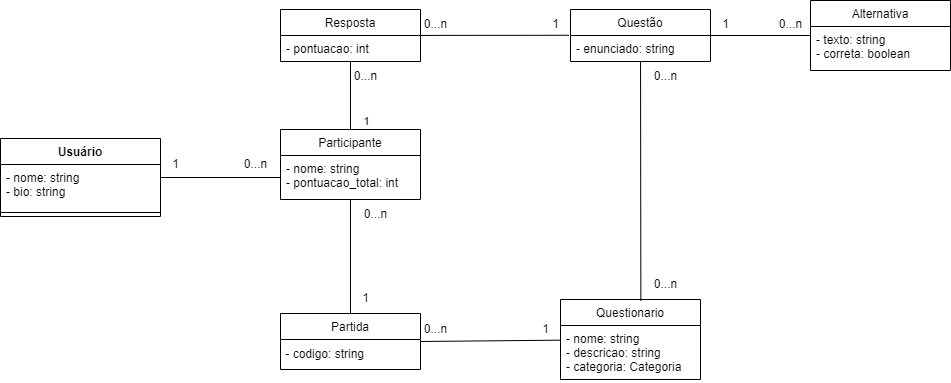
This is doc/dominio.drawio.png from tads-cnat/desafia, a draw.io export, as it was before one commit. Source tidied: cells renumbered, new cells last; positions are measured from the earlier drawing's top-left corner, leaving out a move shared by most shapes.
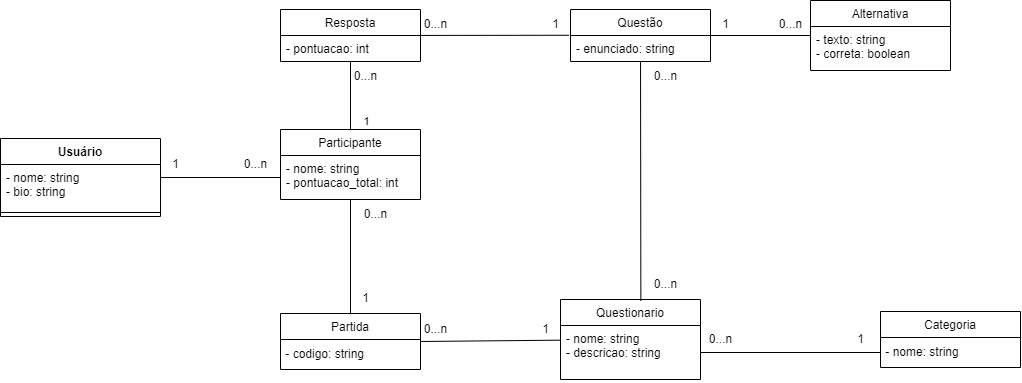
Above is the later version.

Commit message:
doc: adiciona diagramas de caso de uso e atividade #25

The edit, as a diff of the source:
```diff
@@ -49,7 +49,7 @@
     <mxCell id="16" value="Questionario" style="swimlane;fontStyle=0;horizontal=1;startSize=26;fillColor=none;rounded=0;" parent="1" vertex="1">
       <mxGeometry x="560" y="299" width="140" height="80" as="geometry" />
     </mxCell>
-    <mxCell id="17" value="- nome: string&#10;- descricao: string&#10;- categoria: Categoria&#10;" style="text;strokeColor=none;fillColor=none;align=left;verticalAlign=top;spacingLeft=4;spacingRight=4;overflow=hidden;points=[[0,0.5],[1,0.5]];portConstraint=eastwest;rounded=0;" parent="16" vertex="1">
+    <mxCell id="17" value="- nome: string&#10;- descricao: string&#10;" style="text;strokeColor=none;fillColor=none;align=left;verticalAlign=top;spacingLeft=4;spacingRight=4;overflow=hidden;points=[[0,0.5],[1,0.5]];portConstraint=eastwest;rounded=0;" parent="16" vertex="1">
       <mxGeometry y="26" width="140" height="54" as="geometry" />
     </mxCell>
     <mxCell id="18" style="edgeStyle=none;html=1;entryX=0.574;entryY=0.016;entryDx=0;entryDy=0;entryPerimeter=0;endArrow=none;endFill=0;rounded=0;" parent="1" edge="1" source="19" target="16">
@@ -112,5 +112,20 @@
     <mxCell id="37" value="0...n" style="text;html=1;align=center;verticalAlign=middle;strokeColor=none;fillColor=none;rounded=0;" parent="1" vertex="1">
       <mxGeometry x="410" y="314" width="50" height="30" as="geometry" />
     </mxCell>
+    <mxCell id="38" value="Categoria" style="swimlane;fontStyle=0;horizontal=1;startSize=26;fillColor=none;rounded=0;" parent="1" vertex="1">
+      <mxGeometry x="880" y="311" width="140" height="56" as="geometry" />
+    </mxCell>
+    <mxCell id="39" value="&amp;nbsp;- nome: string" style="text;html=1;align=left;verticalAlign=middle;points=[];strokeColor=none;fillColor=none;" parent="38" vertex="1">
+      <mxGeometry y="26" width="140" height="30" as="geometry" />
+    </mxCell>
+    <mxCell id="40" style="html=1;endArrow=none;endFill=0;" parent="1" edge="1" source="17" target="39">
+      <mxGeometry relative="1" as="geometry" />
+    </mxCell>
+    <mxCell id="41" value="0...n" style="text;html=1;align=center;verticalAlign=middle;strokeColor=none;fillColor=none;" parent="1" vertex="1">
+      <mxGeometry x="695" y="324" width="50" height="30" as="geometry" />
+    </mxCell>
+    <mxCell id="42" value="1" style="text;html=1;align=center;verticalAlign=middle;strokeColor=none;fillColor=none;" parent="1" vertex="1">
+      <mxGeometry x="845" y="324" width="30" height="30" as="geometry" />
+    </mxCell>
   </root>
 </mxGraphModel>
```
